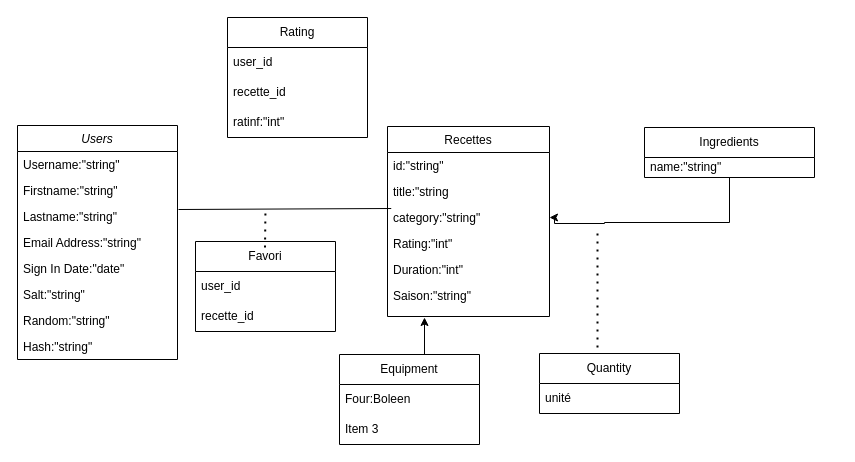
Before: Diagramme UML.drawio in justinetsd/PROJET, a draw.io diagram. Source tidied: cells renumbered, new cells numbered last; positions are measured from the earlier drawing's top-left corner, leaving out a move shared by most shapes. Both pictures are drawn from the tidied source at 100%, with x=0, y=0 at pixel (17, 17).
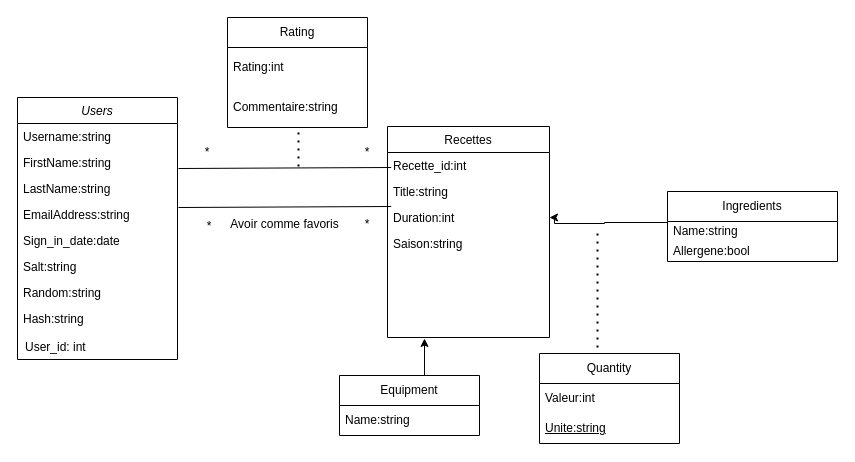
The same diagram, later.

Commit message:
Correction partie gauche du diagramme

Change to the diagram source:
```diff
@@
     <mxCell id="2" value="Users" style="swimlane;fontStyle=2;align=center;verticalAlign=top;horizontal=1;startSize=26;rounded=0;shadow=0;strokeWidth=1;" parent="1" vertex="1">
-      <mxGeometry y="108" width="160" height="234" as="geometry" />
+      <mxGeometry y="80" width="160" height="262" as="geometry" />
     </mxCell>
-    <mxCell id="3" value="Username:&quot;string&quot;" style="text;align=left;verticalAlign=top;spacingLeft=4;spacingRight=4;overflow=hidden;rounded=0;shadow=0;html=0;" parent="2" vertex="1">
+    <mxCell id="3" value="Username:string" style="text;align=left;verticalAlign=top;spacingLeft=4;spacingRight=4;overflow=hidden;rounded=0;shadow=0;html=0;" parent="2" vertex="1">
       <mxGeometry y="26" width="160" height="26" as="geometry" />
     </mxCell>
-    <mxCell id="4" value="Firstname:&quot;string&quot;" style="text;align=left;verticalAlign=top;spacingLeft=4;spacingRight=4;overflow=hidden;rounded=0;shadow=0;html=0;" parent="2" vertex="1">
+    <mxCell id="4" value="FirstName:string" style="text;align=left;verticalAlign=top;spacingLeft=4;spacingRight=4;overflow=hidden;rounded=0;shadow=0;html=0;" parent="2" vertex="1">
       <mxGeometry y="52" width="160" height="26" as="geometry" />
     </mxCell>
-    <mxCell id="5" value="Lastname:&quot;string&quot;" style="text;align=left;verticalAlign=top;spacingLeft=4;spacingRight=4;overflow=hidden;rounded=0;shadow=0;html=0;" parent="2" vertex="1">
+    <mxCell id="5" value="LastName:string" style="text;align=left;verticalAlign=top;spacingLeft=4;spacingRight=4;overflow=hidden;rounded=0;shadow=0;html=0;" parent="2" vertex="1">
       <mxGeometry y="78" width="160" height="26" as="geometry" />
     </mxCell>
-    <mxCell id="6" value="Email Address:&quot;string&quot;" style="text;align=left;verticalAlign=top;spacingLeft=4;spacingRight=4;overflow=hidden;rounded=0;shadow=0;html=0;" parent="2" vertex="1">
+    <mxCell id="6" value="EmailAddress:string" style="text;align=left;verticalAlign=top;spacingLeft=4;spacingRight=4;overflow=hidden;rounded=0;shadow=0;html=0;" parent="2" vertex="1">
       <mxGeometry y="104" width="160" height="26" as="geometry" />
     </mxCell>
-    <mxCell id="7" value="Sign In Date:&quot;date&quot;" style="text;align=left;verticalAlign=top;spacingLeft=4;spacingRight=4;overflow=hidden;rounded=0;shadow=0;html=0;" parent="2" vertex="1">
+    <mxCell id="7" value="Sign_in_date:date" style="text;align=left;verticalAlign=top;spacingLeft=4;spacingRight=4;overflow=hidden;rounded=0;shadow=0;html=0;" parent="2" vertex="1">
       <mxGeometry y="130" width="160" height="26" as="geometry" />
     </mxCell>
-    <mxCell id="8" value="Salt:&quot;string&quot;" style="text;align=left;verticalAlign=top;spacingLeft=4;spacingRight=4;overflow=hidden;rounded=0;shadow=0;html=0;" parent="2" vertex="1">
+    <mxCell id="8" value="Salt:string" style="text;align=left;verticalAlign=top;spacingLeft=4;spacingRight=4;overflow=hidden;rounded=0;shadow=0;html=0;" parent="2" vertex="1">
       <mxGeometry y="156" width="160" height="26" as="geometry" />
     </mxCell>
-    <mxCell id="9" value="Random:&quot;string&quot;" style="text;align=left;verticalAlign=top;spacingLeft=4;spacingRight=4;overflow=hidden;rounded=0;shadow=0;html=0;" parent="2" vertex="1">
+    <mxCell id="9" value="Random:string" style="text;align=left;verticalAlign=top;spacingLeft=4;spacingRight=4;overflow=hidden;rounded=0;shadow=0;html=0;" parent="2" vertex="1">
       <mxGeometry y="182" width="160" height="26" as="geometry" />
     </mxCell>
-    <mxCell id="10" value="Hash:&quot;string&quot;" style="text;align=left;verticalAlign=top;spacingLeft=4;spacingRight=4;overflow=hidden;rounded=0;shadow=0;html=0;" parent="2" vertex="1">
+    <mxCell id="10" value="Hash:string" style="text;align=left;verticalAlign=top;spacingLeft=4;spacingRight=4;overflow=hidden;rounded=0;shadow=0;html=0;" parent="2" vertex="1">
       <mxGeometry y="208" width="160" height="26" as="geometry" />
     </mxCell>
     <mxCell id="11" value="Recettes" style="swimlane;fontStyle=0;align=center;verticalAlign=top;horizontal=1;startSize=26;rounded=0;shadow=0;strokeWidth=1;" parent="1" vertex="1">
-      <mxGeometry x="370" y="109" width="162" height="190" as="geometry" />
+      <mxGeometry x="370" y="109" width="162" height="211" as="geometry" />
     </mxCell>
-    <mxCell id="12" value="id:&quot;string&quot;" style="text;align=left;verticalAlign=top;spacingLeft=4;spacingRight=4;overflow=hidden;" parent="11" vertex="1">
+    <mxCell id="12" value="Recette_id:int" style="text;align=left;verticalAlign=top;spacingLeft=4;spacingRight=4;overflow=hidden;" parent="11" vertex="1">
       <mxGeometry y="26" width="162" height="26" as="geometry" />
     </mxCell>
-    <mxCell id="13" value="title:&quot;string" style="text;align=left;verticalAlign=top;spacingLeft=4;spacingRight=4;overflow=hidden;rounded=0;shadow=0;html=0;" parent="11" vertex="1">
+    <mxCell id="13" value="Title:string" style="text;align=left;verticalAlign=top;spacingLeft=4;spacingRight=4;overflow=hidden;rounded=0;shadow=0;html=0;" parent="11" vertex="1">
       <mxGeometry y="52" width="162" height="26" as="geometry" />
     </mxCell>
-    <mxCell id="14" value="category:&quot;string&quot;" style="text;align=left;verticalAlign=top;spacingLeft=4;spacingRight=4;overflow=hidden;points=[[0,0.5],[1,0.5]];portConstraint=eastwest;rounded=0;shadow=0;html=0;" parent="11" vertex="1">
-      <mxGeometry y="78" width="162" height="26" as="geometry" />
-    </mxCell>
-    <mxCell id="15" value="Rating:&quot;int&quot;" style="text;align=left;verticalAlign=top;spacingLeft=4;spacingRight=4;overflow=hidden;rounded=0;shadow=0;html=0;" parent="11" vertex="1">
-      <mxGeometry y="104" width="162" height="26" as="geometry" />
-    </mxCell>
-    <mxCell id="16" value="Duration:&quot;int&quot;" style="text;align=left;verticalAlign=top;spacingLeft=4;spacingRight=4;overflow=hidden;rounded=0;shadow=0;html=0;" parent="11" vertex="1">
-      <mxGeometry y="130" width="162" height="26" as="geometry" />
+    <mxCell id="16" value="Duration:int" style="text;align=left;verticalAlign=top;spacingLeft=4;spacingRight=4;overflow=hidden;rounded=0;shadow=0;html=0;" parent="11" vertex="1">
+      <mxGeometry y="78" width="162" height="26" as="geometry" />
     </mxCell>
-    <mxCell id="17" value="Saison:&quot;string&quot;" style="text;align=left;verticalAlign=top;spacingLeft=4;spacingRight=4;overflow=hidden;rounded=0;shadow=0;html=0;" parent="11" vertex="1">
-      <mxGeometry y="156" width="162" height="26" as="geometry" />
+    <mxCell id="17" value="Saison:string" style="text;align=left;verticalAlign=top;spacingLeft=4;spacingRight=4;overflow=hidden;rounded=0;shadow=0;html=0;" parent="11" vertex="1">
+      <mxGeometry y="104" width="162" height="26" as="geometry" />
     </mxCell>
-    <mxCell id="18" style="edgeStyle=orthogonalEdgeStyle;rounded=0;jettySize=auto;html=1;entryX=1;entryY=0.5;entryDx=0;entryDy=0;" parent="1" edge="1" source="19" target="14">
+    <mxCell id="18" style="edgeStyle=orthogonalEdgeStyle;rounded=0;jettySize=auto;html=1;entryX=1;entryY=0.5;entryDx=0;entryDy=0;" parent="1" edge="1" source="19">
       <mxGeometry relative="1" as="geometry">
+        <mxPoint x="532" y="200" as="targetPoint" />
         <Array as="points">
           <mxPoint x="587" y="205" />
           <mxPoint x="587" y="206" />
           <mxPoint x="537" y="206" />
         </Array>
       </mxGeometry>
     </mxCell>
     <mxCell id="19" value="Ingredients" style="swimlane;fontStyle=0;horizontal=1;startSize=30;whiteSpace=wrap;html=1;" parent="1" vertex="1">
-      <mxGeometry x="627" y="110" width="170" height="50" as="geometry" />
+      <mxGeometry x="650" y="174" width="170" height="70" as="geometry" />
     </mxCell>
-    <mxCell id="20" value="name:&quot;string&quot;" style="text;strokeColor=none;fillColor=none;align=left;verticalAlign=middle;spacingLeft=4;spacingRight=4;overflow=hidden;whiteSpace=wrap;html=1;" parent="19" vertex="1">
+    <mxCell id="20" value="Name:string" style="text;strokeColor=none;fillColor=none;align=left;verticalAlign=middle;spacingLeft=4;spacingRight=4;overflow=hidden;whiteSpace=wrap;html=1;" parent="19" vertex="1">
       <mxGeometry y="30" width="170" height="20" as="geometry" />
     </mxCell>
+    <mxCell id="37" value="Allergene:bool" style="text;strokeColor=none;fillColor=none;align=left;verticalAlign=middle;spacingLeft=4;spacingRight=4;overflow=hidden;whiteSpace=wrap;html=1;" parent="19" vertex="1">
+      <mxGeometry y="50" width="170" height="20" as="geometry" />
+    </mxCell>
     <mxCell id="21" value="Quantity" style="swimlane;fontStyle=0;horizontal=1;startSize=30;whiteSpace=wrap;html=1;" parent="1" vertex="1">
-      <mxGeometry x="522" y="336" width="140" height="60" as="geometry" />
+      <mxGeometry x="522" y="336" width="140" height="90" as="geometry" />
     </mxCell>
-    <mxCell id="22" value="unité" style="text;strokeColor=none;fillColor=none;align=left;verticalAlign=middle;spacingLeft=4;spacingRight=4;overflow=hidden;whiteSpace=wrap;html=1;" parent="21" vertex="1">
+    <mxCell id="22" value="Valeur:int" style="text;strokeColor=none;fillColor=none;align=left;verticalAlign=middle;spacingLeft=4;spacingRight=4;overflow=hidden;whiteSpace=wrap;html=1;" parent="21" vertex="1">
       <mxGeometry y="30" width="140" height="30" as="geometry" />
     </mxCell>
+    <mxCell id="38" value="&lt;u&gt;Unite:string&lt;/u&gt;" style="text;strokeColor=none;fillColor=none;align=left;verticalAlign=middle;spacingLeft=4;spacingRight=4;overflow=hidden;whiteSpace=wrap;html=1;" parent="21" vertex="1">
+      <mxGeometry y="60" width="140" height="30" as="geometry" />
+    </mxCell>
     <mxCell id="23" style="edgeStyle=orthogonalEdgeStyle;rounded=0;jettySize=auto;html=1;exitX=0.5;exitY=0;exitDx=0;exitDy=0;" parent="1" edge="1" source="24">
       <mxGeometry relative="1" as="geometry">
-        <mxPoint x="407" y="300" as="targetPoint" />
+        <mxPoint x="407" y="321" as="targetPoint" />
       </mxGeometry>
     </mxCell>
     <mxCell id="24" value="Equipment" style="swimlane;fontStyle=0;horizontal=1;startSize=30;whiteSpace=wrap;html=1;" parent="1" vertex="1">
-      <mxGeometry x="322" y="337" width="140" height="90" as="geometry" />
+      <mxGeometry x="322" y="358" width="140" height="60" as="geometry" />
     </mxCell>
-    <mxCell id="25" value="Four:Boleen" style="text;strokeColor=none;fillColor=none;align=left;verticalAlign=middle;spacingLeft=4;spacingRight=4;overflow=hidden;whiteSpace=wrap;html=1;" parent="24" vertex="1">
+    <mxCell id="25" value="Name:string" style="text;strokeColor=none;fillColor=none;align=left;verticalAlign=middle;spacingLeft=4;spacingRight=4;overflow=hidden;whiteSpace=wrap;html=1;" parent="24" vertex="1">
       <mxGeometry y="30" width="140" height="30" as="geometry" />
     </mxCell>
-    <mxCell id="26" value="Item 3" style="text;strokeColor=none;fillColor=none;align=left;verticalAlign=middle;spacingLeft=4;spacingRight=4;overflow=hidden;whiteSpace=wrap;html=1;" parent="24" vertex="1">
-      <mxGeometry y="60" width="140" height="30" as="geometry" />
-    </mxCell>
-    <mxCell id="27" value="Favori" style="swimlane;fontStyle=0;horizontal=1;startSize=30;whiteSpace=wrap;html=1;" parent="1" vertex="1">
-      <mxGeometry x="178" y="224" width="140" height="90" as="geometry" />
-    </mxCell>
-    <mxCell id="28" value="user_id" style="text;strokeColor=none;fillColor=none;align=left;verticalAlign=middle;spacingLeft=4;spacingRight=4;overflow=hidden;whiteSpace=wrap;html=1;" parent="27" vertex="1">
-      <mxGeometry y="30" width="140" height="30" as="geometry" />
-    </mxCell>
-    <mxCell id="29" value="recette_id" style="text;strokeColor=none;fillColor=none;align=left;verticalAlign=middle;spacingLeft=4;spacingRight=4;overflow=hidden;whiteSpace=wrap;html=1;" parent="27" vertex="1">
-      <mxGeometry y="60" width="140" height="30" as="geometry" />
-    </mxCell>
-    <mxCell id="30" style="endArrow=none;html=1;rounded=0;entryX=0.023;entryY=0.154;entryDx=0;entryDy=0;entryPerimeter=0;" parent="1" edge="1" target="14">
+    <mxCell id="30" style="endArrow=none;html=1;rounded=0;entryX=0.023;entryY=0.154;entryDx=0;entryDy=0;entryPerimeter=0;" parent="1" edge="1">
       <mxGeometry relative="1" as="geometry">
-        <mxPoint x="161" y="192" as="sourcePoint" />
+        <mxPoint x="161" y="151" as="sourcePoint" />
+        <mxPoint x="373.7" y="150" as="targetPoint" />
       </mxGeometry>
     </mxCell>
-    <mxCell id="31" style="endArrow=none;dashed=1;html=1;dashPattern=1 3;strokeWidth=2;rounded=0;" parent="1" edge="1">
-      <mxGeometry relative="1" as="geometry">
-        <mxPoint x="247.5" y="230" as="sourcePoint" />
-        <mxPoint x="248" y="190" as="targetPoint" />
-      </mxGeometry>
-    </mxCell>
@@
     <mxCell id="33" value="Rating" style="swimlane;fontStyle=0;horizontal=1;startSize=30;whiteSpace=wrap;html=1;" parent="1" vertex="1">
-      <mxGeometry x="210" width="140" height="120" as="geometry" />
+      <mxGeometry x="210" width="140" height="110" as="geometry" />
     </mxCell>
-    <mxCell id="34" value="user_id" style="text;strokeColor=none;fillColor=none;align=left;verticalAlign=middle;spacingLeft=4;spacingRight=4;overflow=hidden;whiteSpace=wrap;html=1;" parent="33" vertex="1">
-      <mxGeometry y="30" width="140" height="30" as="geometry" />
-    </mxCell>
-    <mxCell id="35" value="recette_id" style="text;strokeColor=none;fillColor=none;align=left;verticalAlign=middle;spacingLeft=4;spacingRight=4;overflow=hidden;whiteSpace=wrap;html=1;" parent="33" vertex="1">
-      <mxGeometry y="60" width="140" height="30" as="geometry" />
-    </mxCell>
-    <mxCell id="36" value="ratinf:&quot;int&quot;" style="text;strokeColor=none;fillColor=none;align=left;verticalAlign=middle;spacingLeft=4;spacingRight=4;overflow=hidden;whiteSpace=wrap;html=1;" parent="33" vertex="1">
-      <mxGeometry y="90" width="140" height="30" as="geometry" />
+    <mxCell id="36" value="Rating:int" style="text;strokeColor=none;fillColor=none;align=left;verticalAlign=middle;spacingLeft=4;spacingRight=4;overflow=hidden;whiteSpace=wrap;html=1;" parent="33" vertex="1">
+      <mxGeometry y="30" width="140" height="40" as="geometry" />
     </mxCell>
+    <mxCell id="39" value="Commentaire:string" style="text;strokeColor=none;fillColor=none;align=left;verticalAlign=middle;spacingLeft=4;spacingRight=4;overflow=hidden;whiteSpace=wrap;html=1;" parent="33" vertex="1">
+      <mxGeometry y="70" width="140" height="40" as="geometry" />
+    </mxCell>
+    <mxCell id="40" style="endArrow=none;dashed=1;html=1;dashPattern=1 3;strokeWidth=2;rounded=0;" parent="1" edge="1">
+      <mxGeometry relative="1" as="geometry">
+        <mxPoint x="281" y="149" as="sourcePoint" />
+        <mxPoint x="281" y="110" as="targetPoint" />
+      </mxGeometry>
+    </mxCell>
+    <mxCell id="41" value="User_id: int" style="text;align=left;verticalAlign=top;spacingLeft=4;spacingRight=4;overflow=hidden;rounded=0;shadow=0;html=0;" parent="1" vertex="1">
+      <mxGeometry x="2" y="316" width="160" height="26" as="geometry" />
+    </mxCell>
+    <mxCell id="42" style="endArrow=none;html=1;rounded=0;entryX=0.023;entryY=0.154;entryDx=0;entryDy=0;entryPerimeter=0;" parent="1" edge="1">
+      <mxGeometry relative="1" as="geometry">
+        <mxPoint x="161" y="190" as="sourcePoint" />
+        <mxPoint x="373.7" y="189" as="targetPoint" />
+      </mxGeometry>
+    </mxCell>
+    <mxCell id="43" value="Avoir comme favoris" style="text;html=1;align=center;verticalAlign=middle;whiteSpace=wrap;rounded=0;" parent="1" vertex="1">
+      <mxGeometry x="208" y="192" width="119" height="30" as="geometry" />
+    </mxCell>
+    <mxCell id="44" value="*" style="text;html=1;align=center;verticalAlign=middle;whiteSpace=wrap;rounded=0;" parent="1" vertex="1">
+      <mxGeometry x="160" y="120" width="60" height="30" as="geometry" />
+    </mxCell>
+    <mxCell id="45" value="*" style="text;html=1;align=center;verticalAlign=middle;whiteSpace=wrap;rounded=0;" parent="1" vertex="1">
+      <mxGeometry x="320" y="120" width="60" height="30" as="geometry" />
+    </mxCell>
+    <mxCell id="46" value="*" style="text;html=1;align=center;verticalAlign=middle;whiteSpace=wrap;rounded=0;" parent="1" vertex="1">
+      <mxGeometry x="162" y="194" width="60" height="30" as="geometry" />
+    </mxCell>
+    <mxCell id="47" value="*" style="text;html=1;align=center;verticalAlign=middle;whiteSpace=wrap;rounded=0;" parent="1" vertex="1">
+      <mxGeometry x="320" y="192" width="60" height="30" as="geometry" />
+    </mxCell>
```
